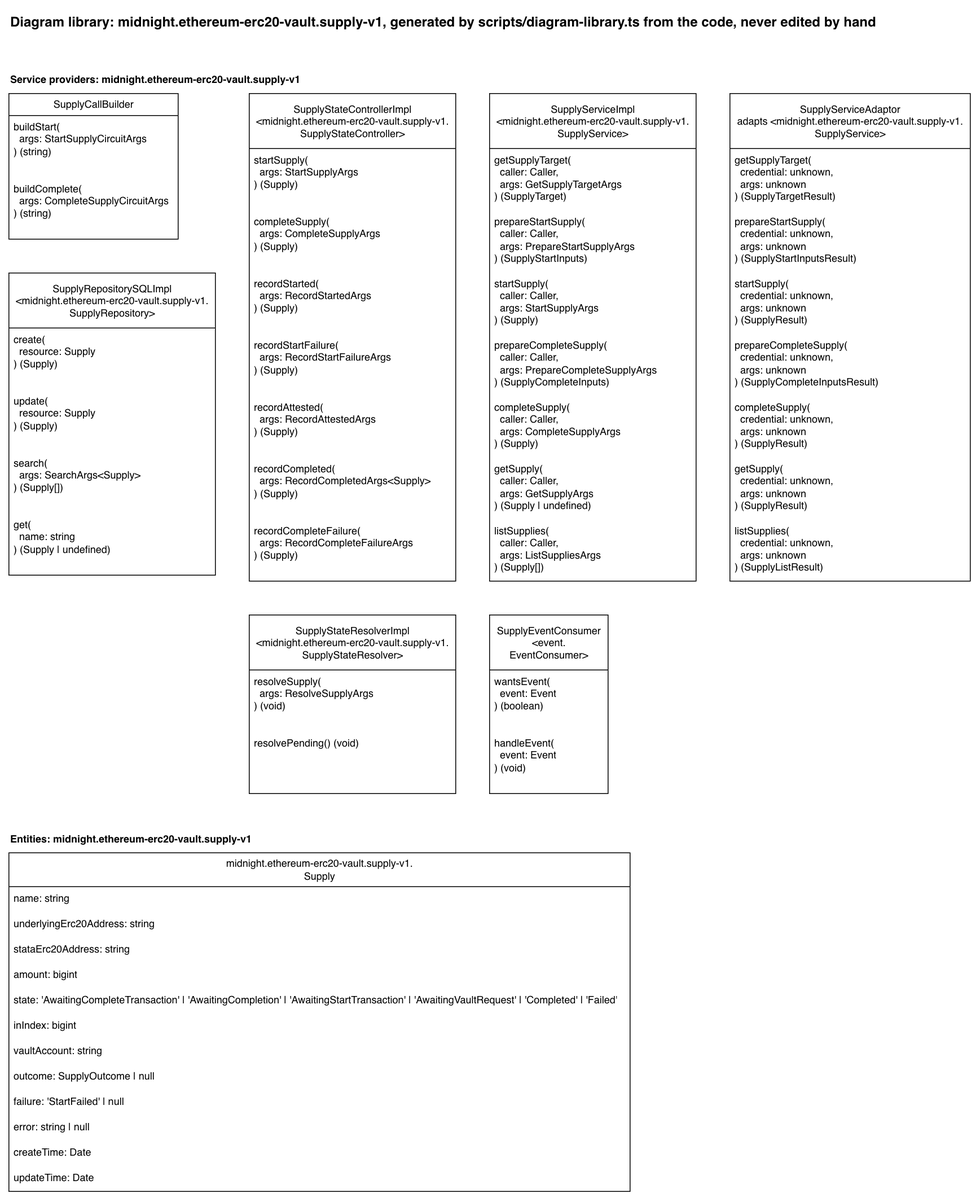
Before: docs/diagram-library/midnight/ethereum-erc20-vault/supply-v1/diagram-library.drawio.png, a diagram exported from draw.io (sig-net/full-stack-demo). Source tidied: cells renumbered, new cells last; positions are measured from the earlier drawing's top-left corner, leaving out a move shared by most shapes.
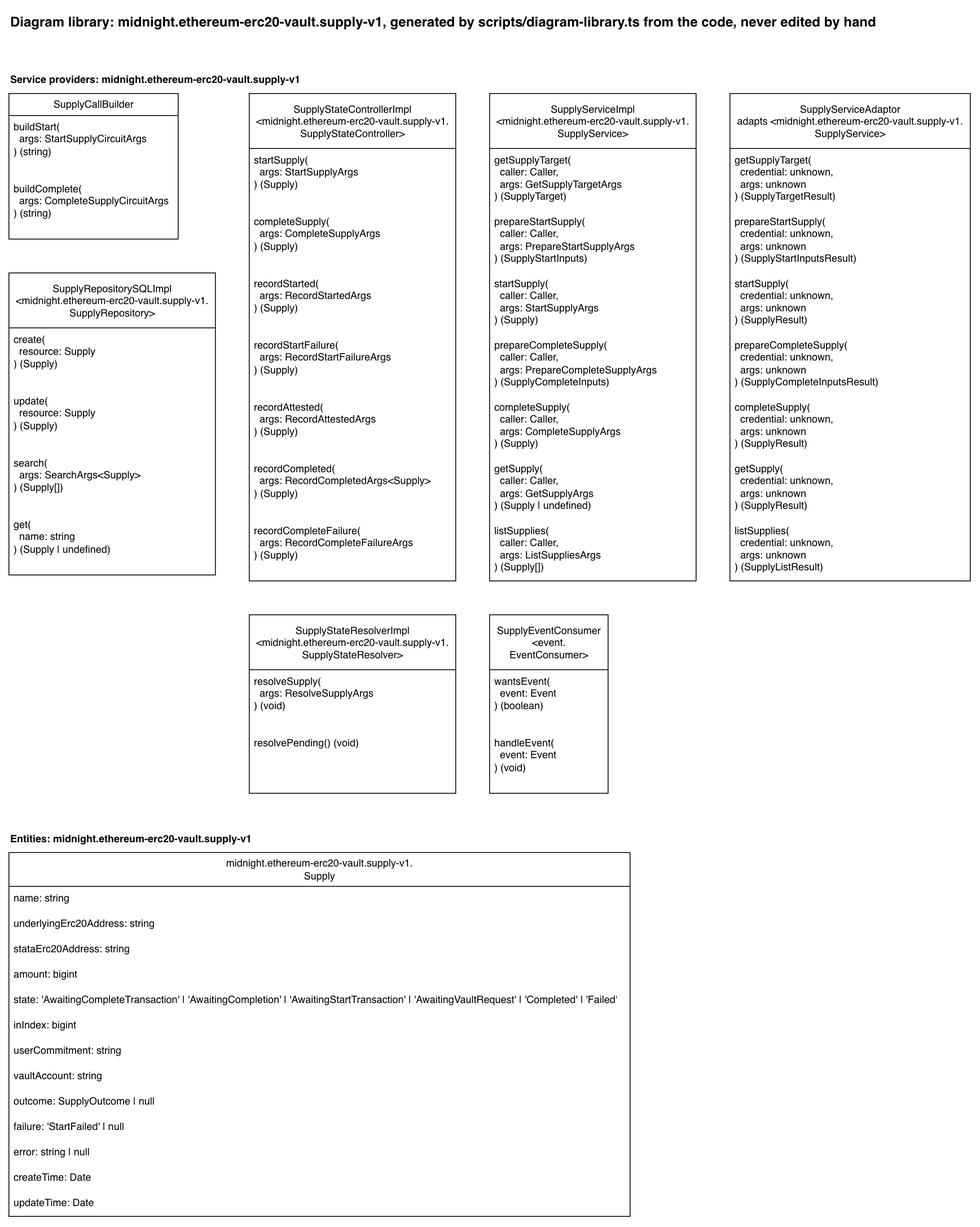
Above is the later version.

Change to the diagram source:
```diff
@@ -126,7 +126,7 @@
       <mxGeometry y="967" width="310" height="20" as="geometry" />
     </mxCell>
     <mxCell id="43" value="midnight.ethereum-erc20-vault.supply-v1.&lt;br&gt;Supply" style="swimlane;fontStyle=0;horizontal=1;startSize=40;fillColor=default;html=1;fillStyle=solid;" parent="1" vertex="1">
-      <mxGeometry y="997" width="734" height="400" as="geometry" />
+      <mxGeometry y="997" width="734" height="430" as="geometry" />
     </mxCell>
     <mxCell id="44" value="name: string" style="text;strokeColor=none;fillColor=none;align=left;verticalAlign=top;spacingLeft=4;spacingRight=4;overflow=hidden;whiteSpace=wrap;html=1;" parent="43" vertex="1">
       <mxGeometry y="40" width="734" height="30" as="geometry" />
@@ -146,23 +146,26 @@
     <mxCell id="49" value="inIndex: bigint" style="text;strokeColor=none;fillColor=none;align=left;verticalAlign=top;spacingLeft=4;spacingRight=4;overflow=hidden;whiteSpace=wrap;html=1;" parent="43" vertex="1">
       <mxGeometry y="190" width="734" height="30" as="geometry" />
     </mxCell>
+    <mxCell id="56" value="userCommitment: string" style="text;strokeColor=none;fillColor=none;align=left;verticalAlign=top;spacingLeft=4;spacingRight=4;overflow=hidden;whiteSpace=wrap;html=1;" parent="43" vertex="1">
+      <mxGeometry y="220" width="734" height="30" as="geometry" />
+    </mxCell>
     <mxCell id="50" value="vaultAccount: string" style="text;strokeColor=none;fillColor=none;align=left;verticalAlign=top;spacingLeft=4;spacingRight=4;overflow=hidden;whiteSpace=wrap;html=1;" parent="43" vertex="1">
-      <mxGeometry y="220" width="734" height="30" as="geometry" />
+      <mxGeometry y="250" width="734" height="30" as="geometry" />
     </mxCell>
     <mxCell id="51" value="outcome: SupplyOutcome | null" style="text;strokeColor=none;fillColor=none;align=left;verticalAlign=top;spacingLeft=4;spacingRight=4;overflow=hidden;whiteSpace=wrap;html=1;" parent="43" vertex="1">
-      <mxGeometry y="250" width="734" height="30" as="geometry" />
+      <mxGeometry y="280" width="734" height="30" as="geometry" />
     </mxCell>
     <mxCell id="52" value="failure: 'StartFailed' | null" style="text;strokeColor=none;fillColor=none;align=left;verticalAlign=top;spacingLeft=4;spacingRight=4;overflow=hidden;whiteSpace=wrap;html=1;" parent="43" vertex="1">
-      <mxGeometry y="280" width="734" height="30" as="geometry" />
+      <mxGeometry y="310" width="734" height="30" as="geometry" />
     </mxCell>
     <mxCell id="53" value="error: string | null" style="text;strokeColor=none;fillColor=none;align=left;verticalAlign=top;spacingLeft=4;spacingRight=4;overflow=hidden;whiteSpace=wrap;html=1;" parent="43" vertex="1">
-      <mxGeometry y="310" width="734" height="30" as="geometry" />
+      <mxGeometry y="340" width="734" height="30" as="geometry" />
     </mxCell>
     <mxCell id="54" value="createTime: Date" style="text;strokeColor=none;fillColor=none;align=left;verticalAlign=top;spacingLeft=4;spacingRight=4;overflow=hidden;whiteSpace=wrap;html=1;" parent="43" vertex="1">
-      <mxGeometry y="340" width="734" height="30" as="geometry" />
+      <mxGeometry y="370" width="734" height="30" as="geometry" />
     </mxCell>
     <mxCell id="55" value="updateTime: Date" style="text;strokeColor=none;fillColor=none;align=left;verticalAlign=top;spacingLeft=4;spacingRight=4;overflow=hidden;whiteSpace=wrap;html=1;" parent="43" vertex="1">
-      <mxGeometry y="370" width="734" height="30" as="geometry" />
+      <mxGeometry y="400" width="734" height="30" as="geometry" />
     </mxCell>
   </root>
 </mxGraphModel>
```
